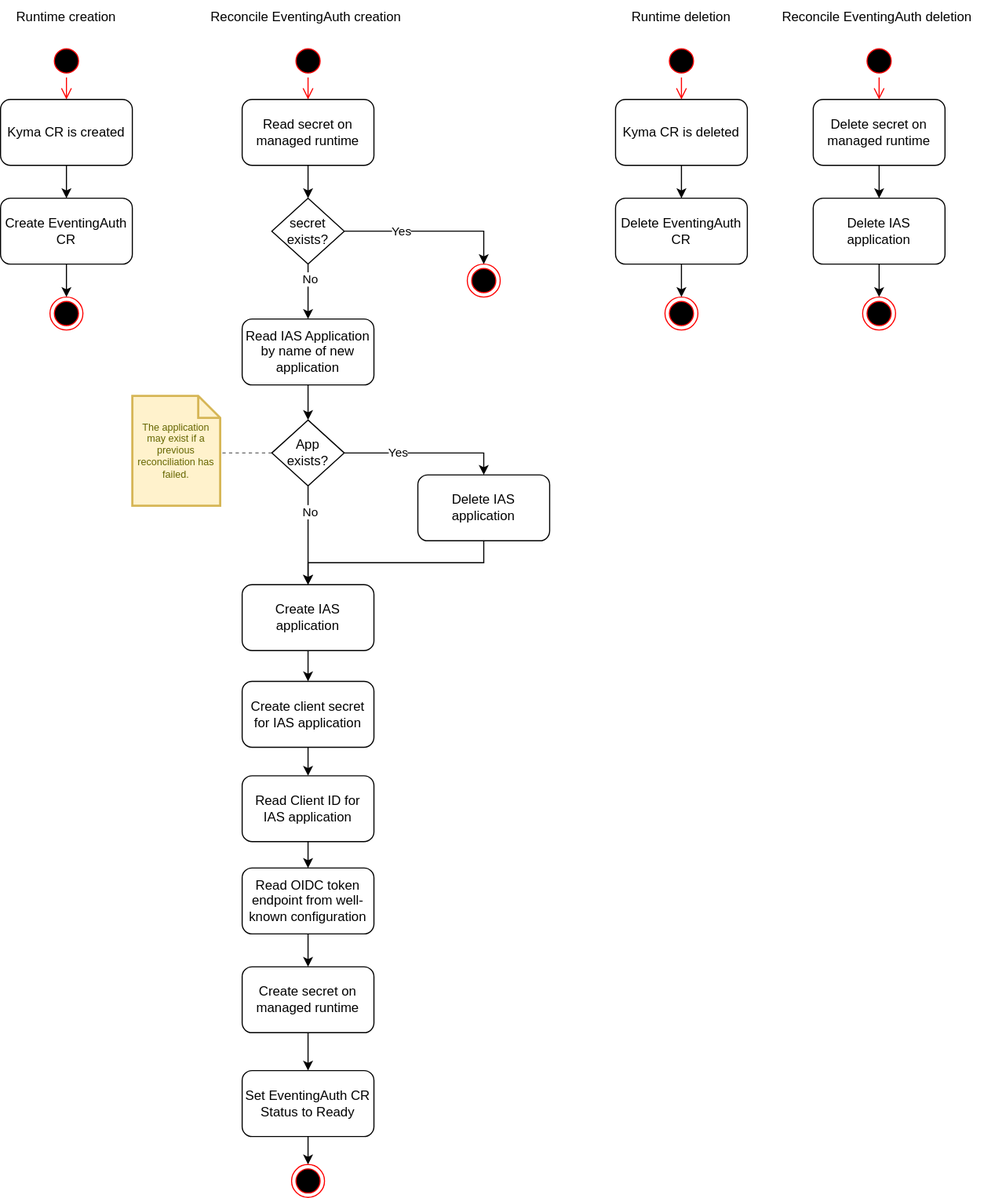
This is doc/controller-flow.svg from kyma-project/eventing-auth-manager, a draw.io export, as it was before one commit. Source tidied: cells renumbered, new cells last; positions are measured from the earlier drawing's top-left corner, leaving out a move shared by most shapes.
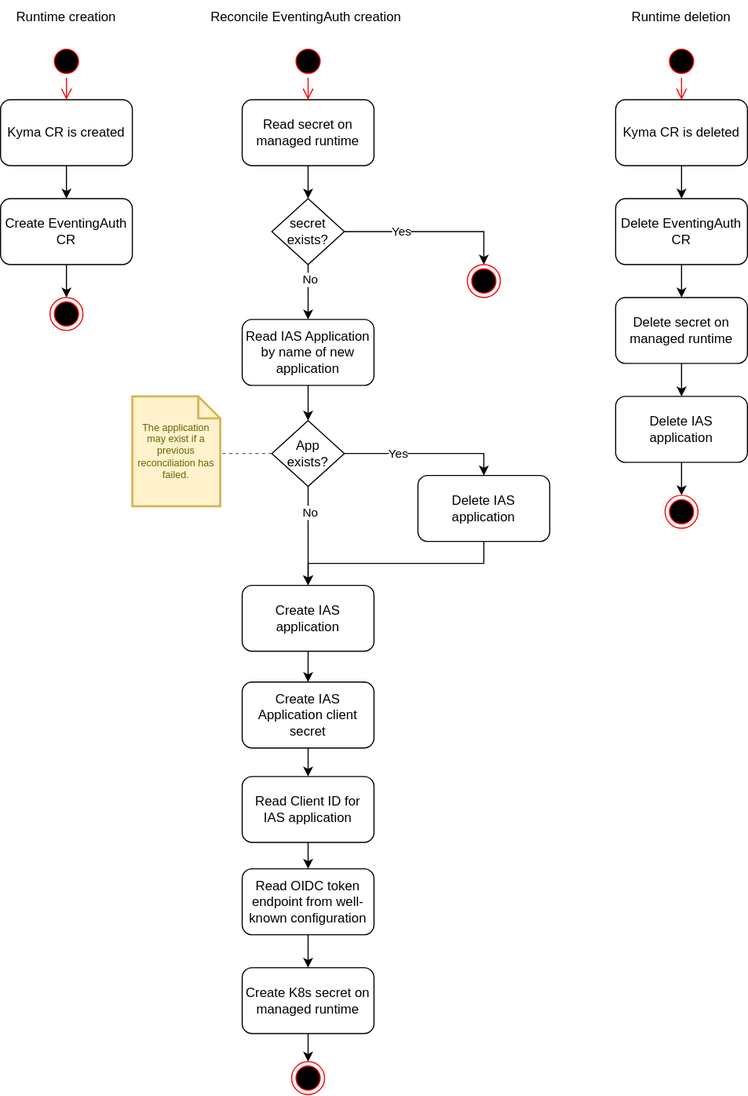
The same diagram one commit later.

Commit message:
Update docs and controller-flow diagram

Change to the diagram source:
```diff
@@ -46,20 +46,16 @@
     <mxCell id="15" style="ellipse;html=1;shape=endState;fillColor=#000000;strokeColor=#ff0000;" parent="1" vertex="1">
       <mxGeometry x="45" y="270" width="30" height="30" as="geometry" />
     </mxCell>
-    <mxCell id="16" style="edgeStyle=orthogonalEdgeStyle;rounded=0;jettySize=auto;html=1;entryX=0.5;entryY=0;entryDx=0;entryDy=0;" parent="1" edge="1" source="17" target="19">
-      <mxGeometry relative="1" as="geometry" />
-    </mxCell>
-    <mxCell id="17" value="Create secret on managed runtime" style="rounded=1;whiteSpace=wrap;html=1;" parent="1" vertex="1">
+    <mxCell id="17" value="Create K8s secret on managed runtime" style="rounded=1;whiteSpace=wrap;html=1;" parent="1" vertex="1">
       <mxGeometry x="220" y="880" width="120" height="60" as="geometry" />
     </mxCell>
-    <mxCell id="18" style="edgeStyle=orthogonalEdgeStyle;rounded=0;jettySize=auto;html=1;entryX=0.5;entryY=0;entryDx=0;entryDy=0;" parent="1" edge="1" source="19" target="20">
-      <mxGeometry relative="1" as="geometry" />
+    <mxCell id="18" style="edgeStyle=orthogonalEdgeStyle;rounded=0;jettySize=auto;html=1;entryX=0.5;entryY=0;entryDx=0;entryDy=0;" parent="1" edge="1" target="20">
+      <mxGeometry relative="1" as="geometry">
+        <mxPoint x="280" y="940" as="sourcePoint" />
+      </mxGeometry>
     </mxCell>
-    <mxCell id="19" value="Set EventingAuth CR Status to Ready" style="rounded=1;whiteSpace=wrap;html=1;" parent="1" vertex="1">
-      <mxGeometry x="220" y="974.5" width="120" height="60" as="geometry" />
-    </mxCell>
     <mxCell id="20" style="ellipse;html=1;shape=endState;fillColor=#000000;strokeColor=#ff0000;" parent="1" vertex="1">
-      <mxGeometry x="265" y="1060" width="30" height="30" as="geometry" />
+      <mxGeometry x="265" y="965.5" width="30" height="30" as="geometry" />
     </mxCell>
     <mxCell id="21" style="ellipse;html=1;shape=startState;fillColor=#000000;strokeColor=#ff0000;" parent="1" vertex="1">
       <mxGeometry x="605" y="40" width="30" height="30" as="geometry" />
@@ -73,7 +69,7 @@
     <mxCell id="24" value="Kyma CR is deleted" style="rounded=1;whiteSpace=wrap;html=1;" parent="1" vertex="1">
       <mxGeometry x="560" y="90" width="120" height="60" as="geometry" />
     </mxCell>
-    <mxCell id="25" style="edgeStyle=orthogonalEdgeStyle;rounded=0;jettySize=auto;html=1;entryX=0.5;entryY=0;entryDx=0;entryDy=0;" parent="1" edge="1" source="26" target="28">
+    <mxCell id="25" style="edgeStyle=orthogonalEdgeStyle;rounded=0;jettySize=auto;html=1;entryX=0.5;entryY=0;entryDx=0;entryDy=0;" parent="1" edge="1" source="26" target="30">
       <mxGeometry relative="1" as="geometry" />
     </mxCell>
     <mxCell id="26" value="Delete EventingAuth CR" style="rounded=1;whiteSpace=wrap;html=1;" parent="1" vertex="1">
@@ -82,34 +78,20 @@
     <mxCell id="27" value="Runtime deletion" style="text;html=1;strokeColor=none;fillColor=none;align=center;verticalAlign=middle;whiteSpace=wrap;rounded=0;" parent="1" vertex="1">
       <mxGeometry x="560" width="120" height="30" as="geometry" />
     </mxCell>
-    <mxCell id="28" style="ellipse;html=1;shape=endState;fillColor=#000000;strokeColor=#ff0000;" parent="1" vertex="1">
-      <mxGeometry x="605" y="270" width="30" height="30" as="geometry" />
-    </mxCell>
     <mxCell id="29" style="edgeStyle=orthogonalEdgeStyle;rounded=0;jettySize=auto;html=1;entryX=0.5;entryY=0;entryDx=0;entryDy=0;" parent="1" edge="1" source="30" target="32">
       <mxGeometry relative="1" as="geometry" />
     </mxCell>
     <mxCell id="30" value="Delete secret on managed runtime" style="rounded=1;whiteSpace=wrap;html=1;" parent="1" vertex="1">
-      <mxGeometry x="740" y="90" width="120" height="60" as="geometry" />
+      <mxGeometry x="560" y="270" width="120" height="60" as="geometry" />
     </mxCell>
     <mxCell id="31" style="edgeStyle=orthogonalEdgeStyle;rounded=0;jettySize=auto;html=1;entryX=0.5;entryY=0;entryDx=0;entryDy=0;" parent="1" edge="1" source="32" target="36">
       <mxGeometry relative="1" as="geometry" />
     </mxCell>
     <mxCell id="32" value="Delete IAS application" style="rounded=1;whiteSpace=wrap;html=1;" parent="1" vertex="1">
-      <mxGeometry x="740" y="180" width="120" height="60" as="geometry" />
+      <mxGeometry x="560" y="360" width="120" height="60" as="geometry" />
     </mxCell>
-    <mxCell id="33" value="Reconcile EventingAuth deletion&amp;nbsp;" style="text;html=1;strokeColor=none;fillColor=none;align=center;verticalAlign=middle;whiteSpace=wrap;rounded=0;" parent="1" vertex="1">
-      <mxGeometry x="705" width="190" height="30" as="geometry" />
-    </mxCell>
-    <mxCell id="34" style="ellipse;html=1;shape=startState;fillColor=#000000;strokeColor=#ff0000;" parent="1" vertex="1">
-      <mxGeometry x="785" y="40" width="30" height="30" as="geometry" />
-    </mxCell>
-    <mxCell id="35" style="edgeStyle=orthogonalEdgeStyle;html=1;verticalAlign=bottom;endArrow=open;endSize=8;strokeColor=#ff0000;rounded=0;" parent="1" edge="1" source="34">
-      <mxGeometry relative="1" as="geometry">
-        <mxPoint x="800" y="90" as="targetPoint" />
-      </mxGeometry>
-    </mxCell>
     <mxCell id="36" style="ellipse;html=1;shape=endState;fillColor=#000000;strokeColor=#ff0000;" parent="1" vertex="1">
-      <mxGeometry x="785" y="270" width="30" height="30" as="geometry" />
+      <mxGeometry x="605" y="450" width="30" height="30" as="geometry" />
     </mxCell>
     <mxCell id="37" style="edgeStyle=orthogonalEdgeStyle;rounded=0;jettySize=auto;html=1;entryX=0.5;entryY=0;entryDx=0;entryDy=0;" parent="1" edge="1" source="38" target="57">
       <mxGeometry relative="1" as="geometry" />
@@ -176,7 +158,7 @@
     <mxCell id="56" style="edgeStyle=orthogonalEdgeStyle;rounded=0;jettySize=auto;html=1;exitX=0.5;exitY=1;exitDx=0;exitDy=0;entryX=0.5;entryY=0;entryDx=0;entryDy=0;" parent="1" edge="1" source="57" target="59">
       <mxGeometry relative="1" as="geometry" />
     </mxCell>
-    <mxCell id="57" value="Create client secret for IAS application" style="rounded=1;whiteSpace=wrap;html=1;" parent="1" vertex="1">
+    <mxCell id="57" value="Create IAS Application client secret" style="rounded=1;whiteSpace=wrap;html=1;" parent="1" vertex="1">
       <mxGeometry x="220" y="620" width="120" height="60" as="geometry" />
     </mxCell>
     <mxCell id="58" style="edgeStyle=orthogonalEdgeStyle;rounded=0;jettySize=auto;html=1;" parent="1" edge="1" source="59" target="10">
```
